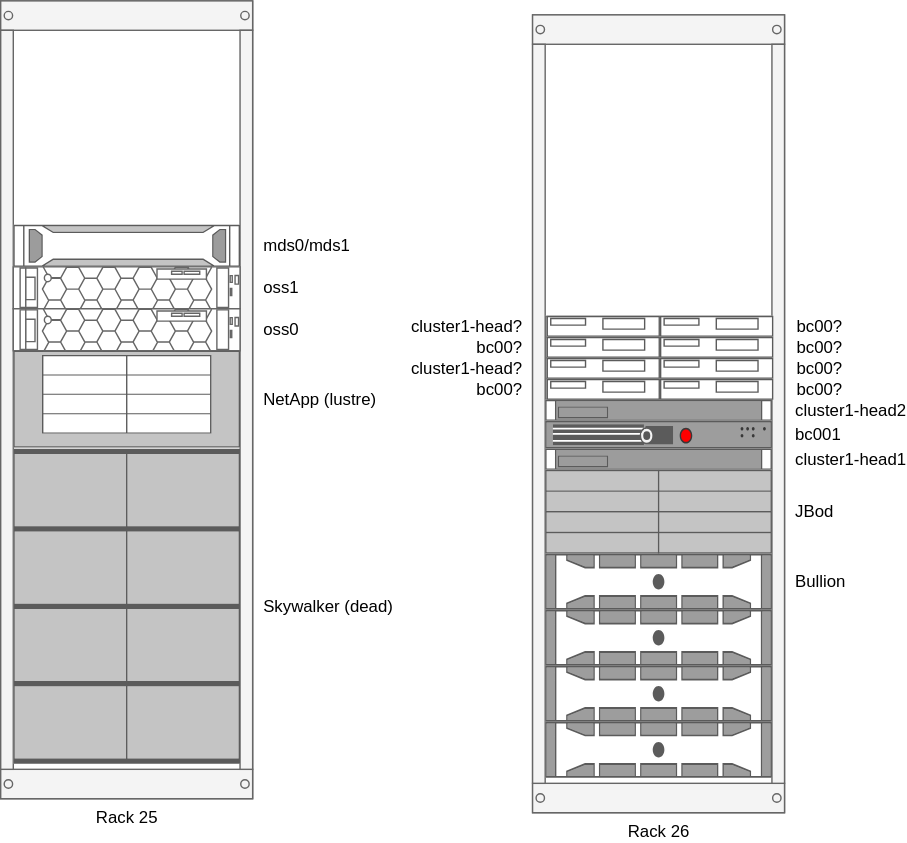
Above: docs/img/cluster1_racks.svg in cnio-bu/cnio-bu.github.io (draw.io), before the change. Source tidied: cells renumbered, new cells last; positions are measured from the earlier drawing's top-left corner, leaving out a move shared by most shapes.
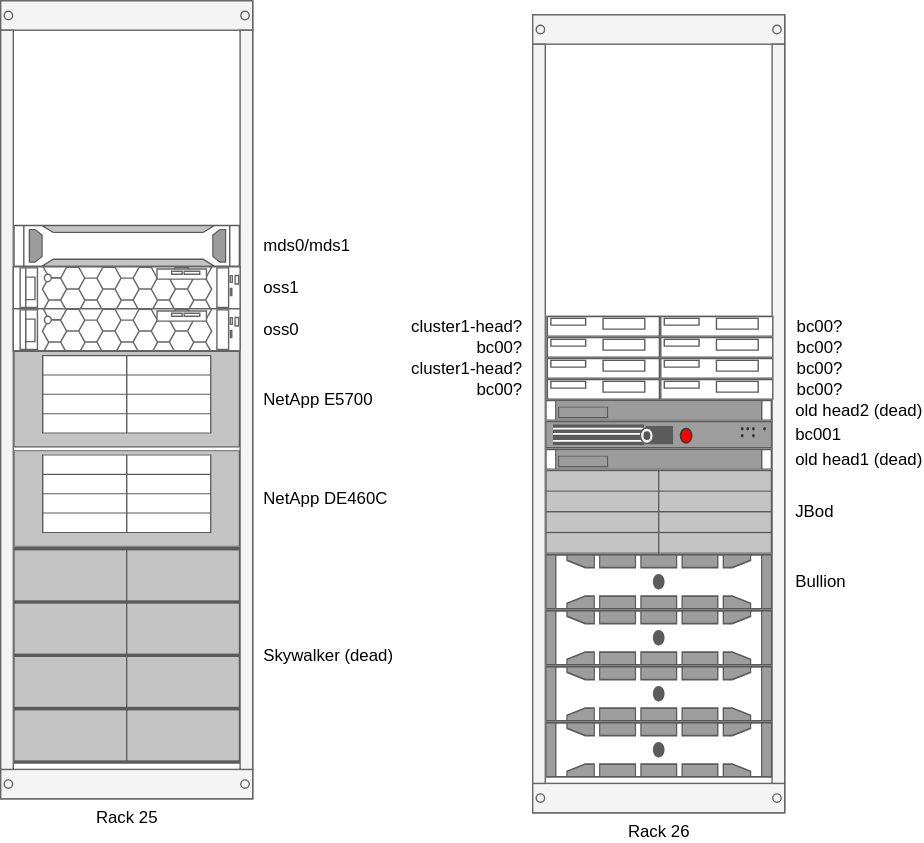
The same file after the commit.

Commit message:
Update cluster racks images

Diff of the diagram source:
```diff
@@ -14,13 +14,13 @@
     <mxCell id="5" style="shape=mxgraph.rack.hp.hp_bladesystem_s6500_enclosure;html=1;labelPosition=right;align=left;spacingLeft=15;dashed=0;shadow=0;fillColor=#ffffff;" parent="3" vertex="1">
       <mxGeometry x="9" y="215" width="162" height="60" as="geometry" />
     </mxCell>
-    <mxCell id="6" value="&lt;div&gt;cluster1-head2&lt;/div&gt;" style="shape=mxgraph.rack.hp.hp_proliant_dl160_g8;html=1;labelPosition=right;align=left;spacingLeft=15;dashed=0;shadow=0;fillColor=#ffffff;" parent="3" vertex="1">
+    <mxCell id="6" value="&lt;div&gt;old head2 (dead)&lt;br&gt;&lt;/div&gt;" style="shape=mxgraph.rack.hp.hp_proliant_dl160_g8;html=1;labelPosition=right;align=left;spacingLeft=15;dashed=0;shadow=0;fillColor=#ffffff;" parent="3" vertex="1">
       <mxGeometry x="9" y="275" width="162" height="15" as="geometry" />
     </mxCell>
     <mxCell id="7" value="&lt;div&gt;bc001&lt;/div&gt;" style="strokeColor=#666666;html=1;labelPosition=right;align=left;spacingLeft=15;shadow=0;dashed=0;shape=mxgraph.rack.f5.arx_500;" parent="3" vertex="1">
       <mxGeometry x="9" y="290" width="162" height="20" as="geometry" />
     </mxCell>
-    <mxCell id="8" value="cluster1-head1" style="shape=mxgraph.rack.hp.hp_proliant_dl160_g8;html=1;labelPosition=right;align=left;spacingLeft=15;dashed=0;shadow=0;fillColor=#ffffff;" parent="3" vertex="1">
+    <mxCell id="8" value="old head1 (dead)" style="shape=mxgraph.rack.hp.hp_proliant_dl160_g8;html=1;labelPosition=right;align=left;spacingLeft=15;dashed=0;shadow=0;fillColor=#ffffff;" parent="3" vertex="1">
       <mxGeometry x="9" y="310" width="162" height="15" as="geometry" />
     </mxCell>
     <mxCell id="9" value="JBod" style="shape=mxgraph.rack.hp.hp_bladesystem_s6500_enclosure;html=1;labelPosition=right;align=left;spacingLeft=15;dashed=0;shadow=0;fillColor=#ffffff;" parent="3" vertex="1">
@@ -74,11 +74,14 @@
     <mxCell id="25" value="oss1" style="strokeColor=#666666;html=1;labelPosition=right;align=left;spacingLeft=15;shadow=0;dashed=0;shape=mxgraph.rack.dell.poweredge_r7425;" parent="23" vertex="1">
       <mxGeometry x="9" y="190" width="162" height="30" as="geometry" />
     </mxCell>
-    <mxCell id="26" value="NetApp (lustre)" style="shape=mxgraph.rack.hp.hp_bladesystem_c3000_enclosure;html=1;labelPosition=right;align=left;spacingLeft=15;dashed=0;shadow=0;fillColor=#ffffff;" parent="23" vertex="1">
+    <mxCell id="26" value="NetApp E5700" style="shape=mxgraph.rack.hp.hp_bladesystem_c3000_enclosure;html=1;labelPosition=right;align=left;spacingLeft=15;dashed=0;shadow=0;fillColor=#ffffff;" parent="23" vertex="1">
       <mxGeometry x="9" y="250" width="162" height="69" as="geometry" />
     </mxCell>
+    <mxCell id="29" value="NetApp DE460C" style="shape=mxgraph.rack.hp.hp_bladesystem_c3000_enclosure;html=1;labelPosition=right;align=left;spacingLeft=15;dashed=0;shadow=0;fillColor=#ffffff;" parent="23" vertex="1">
+      <mxGeometry x="9" y="321" width="162" height="69" as="geometry" />
+    </mxCell>
     <mxCell id="27" value="&lt;div&gt;Skywalker (dead)&lt;/div&gt;" style="shape=mxgraph.rack.hp.hp_bladesystem_s6500_enclosure;html=1;labelPosition=right;align=left;spacingLeft=15;dashed=0;shadow=0;fillColor=#ffffff;" parent="23" vertex="1">
-      <mxGeometry x="9" y="320" width="162" height="225" as="geometry" />
+      <mxGeometry x="9" y="390" width="162" height="155" as="geometry" />
     </mxCell>
     <mxCell id="28" value="oss0" style="strokeColor=#666666;html=1;labelPosition=right;align=left;spacingLeft=15;shadow=0;dashed=0;shape=mxgraph.rack.dell.poweredge_r7425;" parent="22" vertex="1">
       <mxGeometry x="9" y="220" width="162" height="30" as="geometry" />
```
